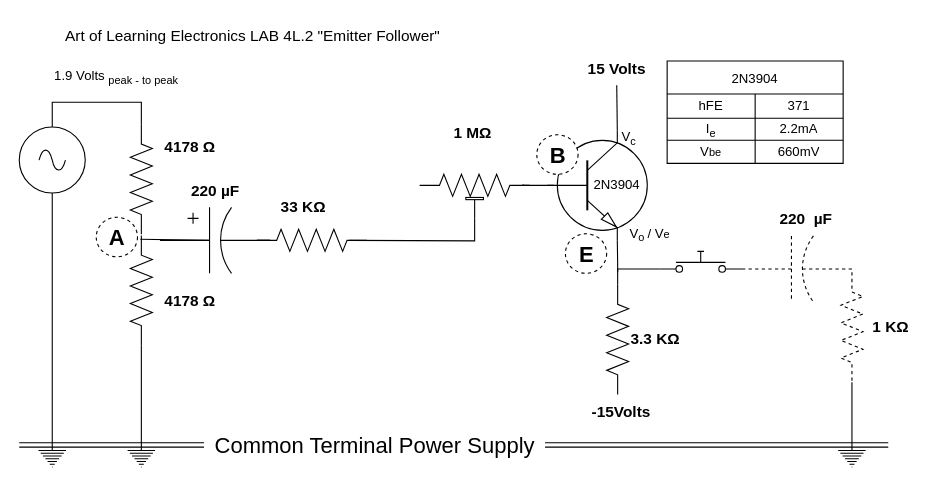
Earlier version of the draw.io diagram Lab04-EmitterFollower/EmitterFollower.drawio (k3jdr/MyLabsData). Source tidied: cells renumbered, new cells numbered last; positions are measured from the earlier drawing's top-left corner, leaving out a move shared by most shapes. Both pictures are drawn from the tidied source at 110%, with x=0, y=0 at pixel (19, 19).
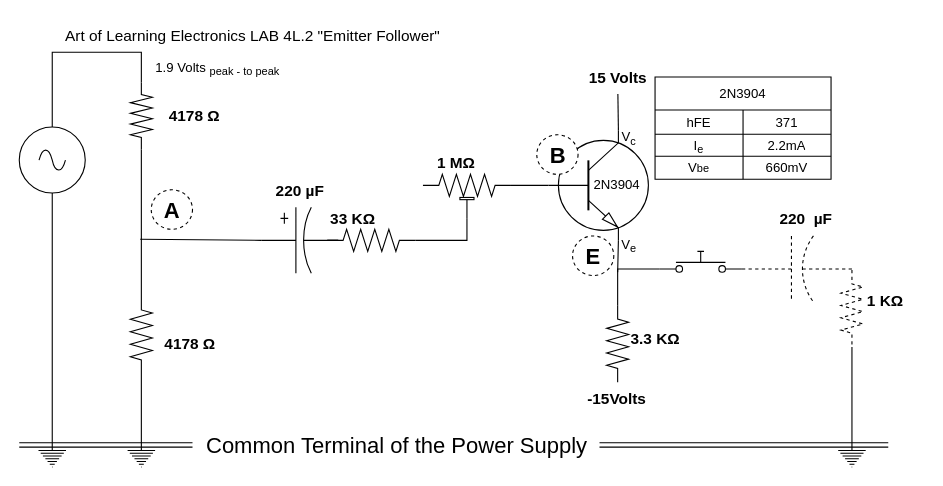
The same diagram, later.

The change refers to these unchanged cells:
```xml
<mxCell id="20" style="verticalLabelPosition=bottom;shadow=0;dashed=0;align=center;html=1;verticalAlign=top;shape=mxgraph.electrical.signal_sources.source;points=[[0.5,0,0],[1,0.5,0],[0.5,1,0],[0,0.5,0]];elSignalType=ac;strokeWidth=1;" parent="1" vertex="1">
  <mxGeometry y="98" width="60" height="60" as="geometry" />
</mxCell>
```

What changed in the source:
```diff
@@
     <mxCell id="2" style="verticalLabelPosition=bottom;shadow=0;dashed=0;align=center;html=1;verticalAlign=top;shape=mxgraph.electrical.transistors.npn_transistor_1;" parent="1" vertex="1">
-      <mxGeometry x="478" y="101" width="95" height="100" as="geometry" />
+      <mxGeometry x="480" y="101" width="93" height="100" as="geometry" />
     </mxCell>
-    <mxCell id="3" style="edgeStyle=orthogonalEdgeStyle;rounded=0;jettySize=auto;html=1;exitX=1;exitY=0.5;exitDx=0;exitDy=0;exitPerimeter=0;entryX=0.5;entryY=1;entryDx=0;entryDy=0;entryPerimeter=0;endArrow=none;endFill=0;" parent="1" edge="1" target="43">
-      <mxGeometry relative="1" as="geometry">
-        <mxPoint x="300" y="201" as="sourcePoint" />
-      </mxGeometry>
-    </mxCell>
@@
     <mxCell id="5" style="verticalLabelPosition=bottom;shadow=0;dashed=0;align=center;html=1;verticalAlign=top;shape=mxgraph.electrical.resistors.resistor_2;" parent="1" vertex="1">
-      <mxGeometry x="216" y="191" width="100" height="20" as="geometry" />
+      <mxGeometry x="280" y="191" width="80" height="20" as="geometry" />
     </mxCell>
@@
     <mxCell id="7" style="verticalLabelPosition=bottom;shadow=0;dashed=0;align=center;html=1;verticalAlign=top;shape=mxgraph.electrical.resistors.resistor_2;direction=south;" parent="1" vertex="1">
-      <mxGeometry x="534" y="241.2" width="20" height="100" as="geometry" />
+      <mxGeometry x="534" y="260" width="20" height="70" as="geometry" />
     </mxCell>
@@
     <mxCell id="9" value="&lt;b&gt;&lt;font style=&quot;font-size: 14px;&quot;&gt;-15Volts&lt;/font&gt;&lt;/b&gt;" style="text;html=1;align=center;verticalAlign=middle;strokeColor=none;fillColor=none;" parent="1" vertex="1">
-      <mxGeometry x="507" y="342" width="80" height="30" as="geometry" />
+      <mxGeometry x="503" y="330" width="80" height="30" as="geometry" />
     </mxCell>
     <mxCell id="10" value="&lt;b&gt;&lt;font style=&quot;font-size: 14px;&quot;&gt;15 Volts&lt;/font&gt;&lt;/b&gt;" style="text;html=1;align=center;verticalAlign=middle;points=[];strokeColor=none;fillColor=none;" parent="1" vertex="1">
-      <mxGeometry x="503" y="30" width="80" height="30" as="geometry" />
+      <mxGeometry x="504" y="38" width="80" height="30" as="geometry" />
     </mxCell>
     <mxCell id="11" value="&lt;b&gt;&lt;font style=&quot;font-size: 14px;&quot;&gt;33 KΩ&lt;/font&gt;&lt;/b&gt;" style="text;html=1;align=center;verticalAlign=middle;strokeColor=none;fillColor=none;" parent="1" vertex="1">
-      <mxGeometry x="228" y="155.5" width="60" height="30" as="geometry" />
+      <mxGeometry x="273" y="167" width="60" height="30" as="geometry" />
     </mxCell>
-    <mxCell id="12" style="edgeStyle=orthogonalEdgeStyle;rounded=0;orthogonalLoop=1;jettySize=auto;html=1;endArrow=none;endFill=0;" parent="1" edge="1">
-      <mxGeometry relative="1" as="geometry">
-        <mxPoint x="486" y="151" as="sourcePoint" />
-        <mxPoint x="458" y="150" as="targetPoint" />
-      </mxGeometry>
-    </mxCell>
@@
     <mxCell id="15" style="verticalLabelPosition=bottom;shadow=0;dashed=1;align=center;html=1;verticalAlign=top;shape=mxgraph.electrical.resistors.resistor_2;direction=south;" parent="1" vertex="1">
-      <mxGeometry x="747" y="230" width="20" height="100" as="geometry" />
+      <mxGeometry x="747" y="228" width="20" height="70" as="geometry" />
     </mxCell>
@@
     <mxCell id="18" value="&lt;b&gt;&lt;font style=&quot;font-size: 14px;&quot;&gt;1 KΩ&lt;/font&gt;&lt;/b&gt;" style="text;html=1;align=center;verticalAlign=middle;strokeColor=none;fillColor=none;dashed=1;dashPattern=1 2;" parent="1" vertex="1">
-      <mxGeometry x="762" y="265" width="60" height="30" as="geometry" />
+      <mxGeometry x="757" y="241.2" width="60" height="30" as="geometry" />
     </mxCell>
@@
     <mxCell id="21" value="2N3904" style="shape=table;startSize=30;childLayout=tableLayout;strokeWidth=1;" parent="1" vertex="1">
-      <mxGeometry x="589" y="38" width="160" height="93" as="geometry" />
+      <mxGeometry x="578" y="52.5" width="160" height="93" as="geometry" />
     </mxCell>
@@
-    <mxCell id="31" value="V&lt;sub&gt;o &lt;/sub&gt;/ V&lt;span style=&quot;font-size: 10px;&quot;&gt;e&lt;/span&gt;" style="text;html=1;align=center;verticalAlign=middle;strokeColor=none;fillColor=none;" parent="1" vertex="1">
-      <mxGeometry x="543" y="181" width="60" height="30" as="geometry" />
+    <mxCell id="31" value="V&lt;sub&gt;e&lt;/sub&gt;" style="text;html=1;align=center;verticalAlign=middle;strokeColor=none;fillColor=none;" parent="1" vertex="1">
+      <mxGeometry x="534" y="191" width="40" height="30" as="geometry" />
     </mxCell>
@@
     <mxCell id="34" style="edgeStyle=orthogonalEdgeStyle;rounded=0;jettySize=auto;html=1;exitX=0;exitY=0.5;exitDx=0;exitDy=0;exitPerimeter=0;entryX=0.5;entryY=0;entryDx=0;entryDy=0;entryPerimeter=0;endArrow=none;endFill=0;" parent="1" edge="1" source="35" target="20">
-      <mxGeometry relative="1" as="geometry" />
+      <mxGeometry relative="1" as="geometry">
+        <Array as="points">
+          <mxPoint x="111" y="30" />
+          <mxPoint x="30" y="30" />
+        </Array>
+      </mxGeometry>
     </mxCell>
     <mxCell id="35" style="verticalLabelPosition=bottom;shadow=0;dashed=0;align=center;html=1;verticalAlign=top;shape=mxgraph.electrical.resistors.resistor_2;rotation=90;" parent="1" vertex="1">
-      <mxGeometry x="61" y="135.5" width="100" height="20" as="geometry" />
+      <mxGeometry x="80.5" y="78" width="61" height="20" as="geometry" />
     </mxCell>
@@
+    <mxCell id="58" style="edgeStyle=none;rounded=0;jettySize=auto;html=1;exitX=0;exitY=0.5;exitDx=0;exitDy=0;exitPerimeter=0;entryX=1;entryY=0.5;entryDx=0;entryDy=0;endArrow=none;endFill=0;entryPerimeter=0;" parent="1" edge="1" source="37" target="35">
+      <mxGeometry relative="1" as="geometry" />
+    </mxCell>
     <mxCell id="37" style="verticalLabelPosition=bottom;shadow=0;dashed=0;align=center;html=1;verticalAlign=top;shape=mxgraph.electrical.resistors.resistor_2;rotation=90;" parent="1" vertex="1">
-      <mxGeometry x="61" y="236.5" width="100" height="20" as="geometry" />
+      <mxGeometry x="75.5" y="277" width="71" height="20" as="geometry" />
     </mxCell>
@@
+    <mxCell id="59" style="edgeStyle=orthogonalEdgeStyle;rounded=0;jettySize=auto;html=1;exitX=0.5;exitY=1;exitDx=0;exitDy=0;exitPerimeter=0;entryX=1;entryY=0.5;entryDx=0;entryDy=0;entryPerimeter=0;endArrow=none;endFill=0;" parent="1" edge="1" source="43" target="5">
+      <mxGeometry relative="1" as="geometry" />
+    </mxCell>
+    <mxCell id="60" style="edgeStyle=none;rounded=0;jettySize=auto;html=1;exitX=1;exitY=0.25;exitDx=0;exitDy=0;exitPerimeter=0;entryX=0;entryY=0.5;entryDx=0;entryDy=0;entryPerimeter=0;endArrow=none;endFill=0;" parent="1" edge="1" source="43" target="2">
+      <mxGeometry relative="1" as="geometry" />
+    </mxCell>
     <mxCell id="43" style="verticalLabelPosition=bottom;shadow=0;dashed=0;align=center;html=1;verticalAlign=top;shape=mxgraph.electrical.resistors.trimmer_pot_2;strokeWidth=1;" parent="1" vertex="1">
-      <mxGeometry x="364" y="141" width="100" height="40" as="geometry" />
+      <mxGeometry x="367" y="141" width="80" height="40" as="geometry" />
     </mxCell>
-    <mxCell id="44" style="edgeStyle=none;rounded=0;orthogonalLoop=1;jettySize=auto;html=1;endArrow=none;endFill=0;exitX=0;exitY=0.5;exitDx=0;exitDy=0;exitPerimeter=0;" parent="1" edge="1">
+    <mxCell id="44" style="edgeStyle=none;rounded=0;jettySize=auto;html=1;endArrow=none;endFill=0;exitX=0;exitY=0.5;exitDx=0;exitDy=0;exitPerimeter=0;" parent="1" edge="1" source="45">
       <mxGeometry relative="1" as="geometry">
-        <mxPoint x="173" y="201" as="sourcePoint" />
         <mxPoint x="110" y="200" as="targetPoint" />
       </mxGeometry>
     </mxCell>
     <mxCell id="45" style="verticalLabelPosition=bottom;shadow=0;dashed=0;align=center;html=1;verticalAlign=top;shape=mxgraph.electrical.capacitors.capacitor_3;strokeWidth=1;" parent="1" vertex="1">
-      <mxGeometry x="128" y="171" width="100" height="60" as="geometry" />
+      <mxGeometry x="220" y="171" width="70" height="60" as="geometry" />
     </mxCell>
     <mxCell id="46" value="&lt;b&gt;&lt;font style=&quot;font-size: 14px;&quot;&gt;220 µF&lt;/font&gt;&lt;/b&gt;" style="text;html=1;align=center;verticalAlign=middle;strokeColor=none;fillColor=none;" parent="1" vertex="1">
-      <mxGeometry x="143" y="141" width="70" height="30" as="geometry" />
+      <mxGeometry x="220" y="141" width="70" height="30" as="geometry" />
     </mxCell>
     <mxCell id="47" value="&lt;b&gt;&lt;font style=&quot;font-size: 14px;&quot;&gt;1 MΩ&lt;/font&gt;&lt;/b&gt;" style="text;html=1;align=center;verticalAlign=middle;strokeColor=none;fillColor=none;" parent="1" vertex="1">
-      <mxGeometry x="382" y="88" width="60" height="30" as="geometry" />
+      <mxGeometry x="367" y="115.5" width="60" height="30" as="geometry" />
     </mxCell>
     <mxCell id="48" value="1.9 Volts &lt;sub&gt;peak - to peak&lt;/sub&gt;" style="text;html=1;align=center;verticalAlign=middle;strokeColor=none;fillColor=none;" parent="1" vertex="1">
-      <mxGeometry x="17.5" y="38" width="140" height="30" as="geometry" />
+      <mxGeometry x="110" y="30" width="140" height="30" as="geometry" />
     </mxCell>
     <mxCell id="49" value="&lt;font style=&quot;font-size: 20px;&quot;&gt;&lt;b&gt;A&lt;/b&gt;&lt;/font&gt;" style="ellipse;whiteSpace=wrap;html=1;dashed=1;strokeWidth=1;" parent="1" vertex="1">
-      <mxGeometry x="70" y="180" width="37.5" height="36" as="geometry" />
+      <mxGeometry x="120" y="155" width="37.5" height="36" as="geometry" />
     </mxCell>
@@
     <mxCell id="51" value="&lt;font style=&quot;font-size: 20px;&quot;&gt;&lt;b&gt;E&lt;/b&gt;&lt;/font&gt;" style="ellipse;whiteSpace=wrap;html=1;dashed=1;strokeWidth=1;" parent="1" vertex="1">
-      <mxGeometry x="496.5" y="195" width="37.5" height="36" as="geometry" />
+      <mxGeometry x="503" y="197" width="37.5" height="36" as="geometry" />
     </mxCell>
@@
-    <mxCell id="54" value="Common Terminal Power Supply" style="text;html=1;align=center;verticalAlign=middle;points=[];strokeColor=none;fillColor=none;fontSize=20;" parent="1" vertex="1">
-      <mxGeometry x="168" y="367" width="310" height="40" as="geometry" />
+    <mxCell id="54" value="Common Terminal of the Power Supply" style="text;html=1;align=center;verticalAlign=middle;points=[];strokeColor=none;fillColor=none;fontSize=20;" parent="1" vertex="1">
+      <mxGeometry x="157.5" y="367" width="370" height="40" as="geometry" />
     </mxCell>
     <mxCell id="55" value="&lt;b&gt;4178 Ω&lt;/b&gt;" style="text;html=1;align=center;verticalAlign=middle;strokeColor=none;fillColor=none;fontSize=14;" parent="1" vertex="1">
-      <mxGeometry x="120" y="101" width="70" height="30" as="geometry" />
+      <mxGeometry x="123.5" y="73" width="70" height="30" as="geometry" />
     </mxCell>
     <mxCell id="56" value="&lt;b&gt;4178 Ω&lt;/b&gt;" style="text;html=1;align=center;verticalAlign=middle;strokeColor=none;fillColor=none;fontSize=14;" parent="1" vertex="1">
-      <mxGeometry x="120" y="241.2" width="70" height="30" as="geometry" />
+      <mxGeometry x="120" y="280" width="70" height="30" as="geometry" />
     </mxCell>
```
